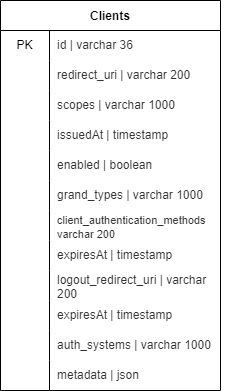
The draw.io diagram id/resources/db_scheme.png in KYamshanov/Mission-backend, before a commit. Source tidied: cells renumbered, new cells last; positions are measured from the earlier drawing's top-left corner, leaving out a move shared by most shapes.
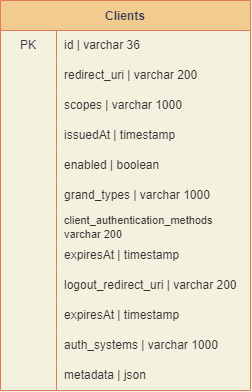
After the change.

Commit message:
[Up-To-Date] update client`s table scheme

What changed in the source:
```diff
@@ -1,120 +1,117 @@
-<mxGraphModel background="#ffffff">
+<mxGraphModel background="#F4F1DE">
   <root>
     <mxCell id="0" />
     <mxCell id="1" parent="0" />
-    <mxCell id="2" style="shape=partialRectangle;html=1;whiteSpace=wrap;top=0;left=0;bottom=0;right=0;overflow=hidden;fontSize=16;fillColor=#FFFFFF;fontColor=#333333;strokeColor=#666666;" parent="1" vertex="1">
-      <mxGeometry x="190" y="280" width="40" height="30" as="geometry" />
-    </mxCell>
-    <mxCell id="3" value="Clients" style="shape=table;startSize=30;rowLines=0;fontStyle=1;" parent="1" vertex="1">
-      <mxGeometry width="220" height="390" as="geometry" />
+    <mxCell id="3" value="Clients" style="shape=table;startSize=30;rowLines=0;fontStyle=1;fillColor=#F2CC8F;strokeColor=#E07A5F;fontColor=#393C56;" parent="1" vertex="1">
+      <mxGeometry width="250" height="390" as="geometry" />
     </mxCell>
-    <mxCell id="4" style="shape=tableRow;horizontal=0;startSize=0;swimlaneHead=0;swimlaneBody=0;top=0;left=0;bottom=0;right=0;strokeWidth=1;perimeterSpacing=1;shadow=0;swimlaneLine=1;sketch=0;strokeColor=default;fillColor=none;" parent="3" vertex="1">
-      <mxGeometry y="30" width="220" height="30" as="geometry" />
+    <mxCell id="4" style="shape=tableRow;horizontal=0;startSize=0;swimlaneHead=0;swimlaneBody=0;top=0;left=0;bottom=0;right=0;strokeWidth=1;perimeterSpacing=1;shadow=0;swimlaneLine=1;sketch=0;strokeColor=#E07A5F;fillColor=none;fontColor=#393C56;" parent="3" vertex="1">
+      <mxGeometry y="30" width="250" height="30" as="geometry" />
     </mxCell>
-    <mxCell id="5" value="PK" style="shape=partialRectangle;html=1;whiteSpace=wrap;fillColor=none;top=0;left=0;bottom=0;right=0;overflow=hidden;shadow=0;sketch=0;perimeterSpacing=1;" parent="4" vertex="1">
-      <mxGeometry width="49" height="30" as="geometry" />
+    <mxCell id="5" value="PK" style="shape=partialRectangle;html=1;whiteSpace=wrap;fillColor=none;top=0;left=0;bottom=0;right=0;overflow=hidden;shadow=0;sketch=0;perimeterSpacing=1;strokeColor=#E07A5F;fontColor=#393C56;" parent="4" vertex="1">
+      <mxGeometry width="56" height="30" as="geometry" />
     </mxCell>
-    <mxCell id="6" value="&lt;span style=&quot;color: rgb(51, 51, 51);&quot;&gt;id | varchar 36&lt;/span&gt;" style="shape=partialRectangle;html=1;whiteSpace=wrap;fillColor=none;top=0;left=0;bottom=0;right=0;align=left;spacingLeft=6;overflow=hidden;" parent="4" vertex="1">
-      <mxGeometry x="49" width="171" height="30" as="geometry" />
+    <mxCell id="6" value="&lt;span style=&quot;color: rgb(51, 51, 51);&quot;&gt;id | varchar 36&lt;/span&gt;" style="shape=partialRectangle;html=1;whiteSpace=wrap;fillColor=none;top=0;left=0;bottom=0;right=0;align=left;spacingLeft=6;overflow=hidden;strokeColor=#E07A5F;fontColor=#393C56;" parent="4" vertex="1">
+      <mxGeometry x="56" width="194" height="30" as="geometry" />
     </mxCell>
-    <mxCell id="7" style="shape=tableRow;horizontal=0;startSize=0;swimlaneHead=0;swimlaneBody=0;top=0;left=0;bottom=0;right=0;fillColor=none;" parent="3" vertex="1">
-      <mxGeometry y="60" width="220" height="30" as="geometry" />
+    <mxCell id="7" style="shape=tableRow;horizontal=0;startSize=0;swimlaneHead=0;swimlaneBody=0;top=0;left=0;bottom=0;right=0;fillColor=none;strokeColor=#E07A5F;fontColor=#393C56;" parent="3" vertex="1">
+      <mxGeometry y="60" width="250" height="30" as="geometry" />
     </mxCell>
-    <mxCell id="8" style="shape=partialRectangle;html=1;whiteSpace=wrap;fillColor=none;top=0;left=0;bottom=0;right=0;overflow=hidden;" parent="7" vertex="1">
-      <mxGeometry width="49" height="30" as="geometry" />
+    <mxCell id="8" style="shape=partialRectangle;html=1;whiteSpace=wrap;fillColor=none;top=0;left=0;bottom=0;right=0;overflow=hidden;strokeColor=#E07A5F;fontColor=#393C56;" parent="7" vertex="1">
+      <mxGeometry width="56" height="30" as="geometry" />
     </mxCell>
-    <mxCell id="9" value="&lt;span style=&quot;color: rgb(51, 51, 51);&quot;&gt;redirect_uri | varchar 200&lt;/span&gt;" style="shape=partialRectangle;html=1;whiteSpace=wrap;fillColor=none;top=0;left=0;bottom=0;right=0;align=left;spacingLeft=6;overflow=hidden;" parent="7" vertex="1">
-      <mxGeometry x="49" width="171" height="30" as="geometry" />
+    <mxCell id="9" value="&lt;span style=&quot;color: rgb(51, 51, 51);&quot;&gt;redirect_uri | varchar 200&lt;/span&gt;" style="shape=partialRectangle;html=1;whiteSpace=wrap;fillColor=none;top=0;left=0;bottom=0;right=0;align=left;spacingLeft=6;overflow=hidden;strokeColor=#E07A5F;fontColor=#393C56;" parent="7" vertex="1">
+      <mxGeometry x="56" width="194" height="30" as="geometry" />
     </mxCell>
-    <mxCell id="10" style="shape=tableRow;horizontal=0;startSize=0;swimlaneHead=0;swimlaneBody=0;top=0;left=0;bottom=0;right=0;fillColor=none;" parent="3" vertex="1">
-      <mxGeometry y="90" width="220" height="30" as="geometry" />
+    <mxCell id="10" style="shape=tableRow;horizontal=0;startSize=0;swimlaneHead=0;swimlaneBody=0;top=0;left=0;bottom=0;right=0;fillColor=none;strokeColor=#E07A5F;fontColor=#393C56;" parent="3" vertex="1">
+      <mxGeometry y="90" width="250" height="30" as="geometry" />
     </mxCell>
-    <mxCell id="11" style="shape=partialRectangle;html=1;whiteSpace=wrap;fillColor=none;top=0;left=0;bottom=0;right=0;overflow=hidden;" parent="10" vertex="1">
-      <mxGeometry width="49" height="30" as="geometry" />
+    <mxCell id="11" style="shape=partialRectangle;html=1;whiteSpace=wrap;fillColor=none;top=0;left=0;bottom=0;right=0;overflow=hidden;strokeColor=#E07A5F;fontColor=#393C56;" parent="10" vertex="1">
+      <mxGeometry width="56" height="30" as="geometry" />
     </mxCell>
-    <mxCell id="12" value="&lt;span style=&quot;color: rgb(51, 51, 51);&quot;&gt;scopes | varchar 1000&lt;/span&gt;" style="shape=partialRectangle;html=1;whiteSpace=wrap;fillColor=none;top=0;left=0;bottom=0;right=0;align=left;spacingLeft=6;overflow=hidden;" parent="10" vertex="1">
-      <mxGeometry x="49" width="171" height="30" as="geometry" />
+    <mxCell id="12" value="&lt;span style=&quot;color: rgb(51, 51, 51);&quot;&gt;scopes | varchar 1000&lt;/span&gt;" style="shape=partialRectangle;html=1;whiteSpace=wrap;fillColor=none;top=0;left=0;bottom=0;right=0;align=left;spacingLeft=6;overflow=hidden;strokeColor=#E07A5F;fontColor=#393C56;" parent="10" vertex="1">
+      <mxGeometry x="56" width="194" height="30" as="geometry" />
     </mxCell>
-    <mxCell id="13" style="shape=tableRow;horizontal=0;startSize=0;swimlaneHead=0;swimlaneBody=0;top=0;left=0;bottom=0;right=0;fillColor=none;" parent="3" vertex="1">
-      <mxGeometry y="120" width="220" height="30" as="geometry" />
+    <mxCell id="13" style="shape=tableRow;horizontal=0;startSize=0;swimlaneHead=0;swimlaneBody=0;top=0;left=0;bottom=0;right=0;fillColor=none;strokeColor=#E07A5F;fontColor=#393C56;" parent="3" vertex="1">
+      <mxGeometry y="120" width="250" height="30" as="geometry" />
     </mxCell>
-    <mxCell id="14" style="shape=partialRectangle;html=1;whiteSpace=wrap;fillColor=none;top=0;left=0;bottom=0;right=0;overflow=hidden;" parent="13" vertex="1">
-      <mxGeometry width="49" height="30" as="geometry" />
+    <mxCell id="14" style="shape=partialRectangle;html=1;whiteSpace=wrap;fillColor=none;top=0;left=0;bottom=0;right=0;overflow=hidden;strokeColor=#E07A5F;fontColor=#393C56;" parent="13" vertex="1">
+      <mxGeometry width="56" height="30" as="geometry" />
     </mxCell>
-    <mxCell id="15" value="&lt;span style=&quot;color: rgb(51, 51, 51);&quot;&gt;issuedAt | timestamp&lt;/span&gt;" style="shape=partialRectangle;html=1;whiteSpace=wrap;fillColor=none;top=0;left=0;bottom=0;right=0;align=left;spacingLeft=6;overflow=hidden;" parent="13" vertex="1">
-      <mxGeometry x="49" width="171" height="30" as="geometry" />
+    <mxCell id="15" value="&lt;span style=&quot;color: rgb(51, 51, 51);&quot;&gt;issuedAt | timestamp&lt;/span&gt;" style="shape=partialRectangle;html=1;whiteSpace=wrap;fillColor=none;top=0;left=0;bottom=0;right=0;align=left;spacingLeft=6;overflow=hidden;strokeColor=#E07A5F;fontColor=#393C56;" parent="13" vertex="1">
+      <mxGeometry x="56" width="194" height="30" as="geometry" />
     </mxCell>
-    <mxCell id="16" style="shape=tableRow;horizontal=0;startSize=0;swimlaneHead=0;swimlaneBody=0;top=0;left=0;bottom=0;right=0;fillColor=none;" parent="3" vertex="1">
-      <mxGeometry y="150" width="220" height="30" as="geometry" />
+    <mxCell id="16" style="shape=tableRow;horizontal=0;startSize=0;swimlaneHead=0;swimlaneBody=0;top=0;left=0;bottom=0;right=0;fillColor=none;strokeColor=#E07A5F;fontColor=#393C56;" parent="3" vertex="1">
+      <mxGeometry y="150" width="250" height="30" as="geometry" />
     </mxCell>
-    <mxCell id="17" style="shape=partialRectangle;html=1;whiteSpace=wrap;fillColor=none;top=0;left=0;bottom=0;right=0;overflow=hidden;" parent="16" vertex="1">
-      <mxGeometry width="49" height="30" as="geometry" />
+    <mxCell id="17" style="shape=partialRectangle;html=1;whiteSpace=wrap;fillColor=none;top=0;left=0;bottom=0;right=0;overflow=hidden;strokeColor=#E07A5F;fontColor=#393C56;" parent="16" vertex="1">
+      <mxGeometry width="56" height="30" as="geometry" />
     </mxCell>
-    <mxCell id="18" value="&lt;span style=&quot;color: rgb(51, 51, 51);&quot;&gt;enabled | boolean&lt;/span&gt;" style="shape=partialRectangle;html=1;whiteSpace=wrap;fillColor=none;top=0;left=0;bottom=0;right=0;align=left;spacingLeft=6;overflow=hidden;" parent="16" vertex="1">
-      <mxGeometry x="49" width="171" height="30" as="geometry" />
+    <mxCell id="18" value="&lt;span style=&quot;color: rgb(51, 51, 51);&quot;&gt;enabled | boolean&lt;/span&gt;" style="shape=partialRectangle;html=1;whiteSpace=wrap;fillColor=none;top=0;left=0;bottom=0;right=0;align=left;spacingLeft=6;overflow=hidden;strokeColor=#E07A5F;fontColor=#393C56;" parent="16" vertex="1">
+      <mxGeometry x="56" width="194" height="30" as="geometry" />
     </mxCell>
-    <mxCell id="19" style="shape=tableRow;horizontal=0;startSize=0;swimlaneHead=0;swimlaneBody=0;top=0;left=0;bottom=0;right=0;fillColor=none;" parent="3" vertex="1">
-      <mxGeometry y="180" width="220" height="30" as="geometry" />
+    <mxCell id="19" style="shape=tableRow;horizontal=0;startSize=0;swimlaneHead=0;swimlaneBody=0;top=0;left=0;bottom=0;right=0;fillColor=none;strokeColor=#E07A5F;fontColor=#393C56;" parent="3" vertex="1">
+      <mxGeometry y="180" width="250" height="30" as="geometry" />
     </mxCell>
-    <mxCell id="20" style="shape=partialRectangle;html=1;whiteSpace=wrap;fillColor=none;top=0;left=0;bottom=0;right=0;overflow=hidden;" parent="19" vertex="1">
-      <mxGeometry width="49" height="30" as="geometry" />
+    <mxCell id="20" style="shape=partialRectangle;html=1;whiteSpace=wrap;fillColor=none;top=0;left=0;bottom=0;right=0;overflow=hidden;strokeColor=#E07A5F;fontColor=#393C56;" parent="19" vertex="1">
+      <mxGeometry width="56" height="30" as="geometry" />
     </mxCell>
-    <mxCell id="21" value="&lt;span style=&quot;color: rgb(51, 51, 51);&quot;&gt;grand_types | varchar 1000&lt;/span&gt;" style="shape=partialRectangle;html=1;whiteSpace=wrap;fillColor=none;top=0;left=0;bottom=0;right=0;align=left;spacingLeft=6;overflow=hidden;" parent="19" vertex="1">
-      <mxGeometry x="49" width="171" height="30" as="geometry" />
+    <mxCell id="21" value="&lt;span style=&quot;color: rgb(51, 51, 51);&quot;&gt;grand_types | varchar 1000&lt;/span&gt;" style="shape=partialRectangle;html=1;whiteSpace=wrap;fillColor=none;top=0;left=0;bottom=0;right=0;align=left;spacingLeft=6;overflow=hidden;strokeColor=#E07A5F;fontColor=#393C56;" parent="19" vertex="1">
+      <mxGeometry x="56" width="194" height="30" as="geometry" />
     </mxCell>
-    <mxCell id="22" style="shape=tableRow;horizontal=0;startSize=0;swimlaneHead=0;swimlaneBody=0;top=0;left=0;bottom=0;right=0;fillColor=none;" parent="3" vertex="1">
-      <mxGeometry y="210" width="220" height="30" as="geometry" />
+    <mxCell id="22" style="shape=tableRow;horizontal=0;startSize=0;swimlaneHead=0;swimlaneBody=0;top=0;left=0;bottom=0;right=0;fillColor=none;strokeColor=#E07A5F;fontColor=#393C56;" parent="3" vertex="1">
+      <mxGeometry y="210" width="250" height="30" as="geometry" />
     </mxCell>
-    <mxCell id="23" style="shape=partialRectangle;html=1;whiteSpace=wrap;fillColor=none;top=0;left=0;bottom=0;right=0;overflow=hidden;" parent="22" vertex="1">
-      <mxGeometry width="49" height="30" as="geometry" />
+    <mxCell id="23" style="shape=partialRectangle;html=1;whiteSpace=wrap;fillColor=none;top=0;left=0;bottom=0;right=0;overflow=hidden;strokeColor=#E07A5F;fontColor=#393C56;" parent="22" vertex="1">
+      <mxGeometry width="56" height="30" as="geometry" />
     </mxCell>
-    <mxCell id="24" value="&lt;span style=&quot;color: rgb(51, 51, 51); font-size: 11px;&quot;&gt;client_authentication_methods varchar 200&lt;/span&gt;" style="shape=partialRectangle;html=1;whiteSpace=wrap;fillColor=none;top=0;left=0;bottom=0;right=0;align=left;spacingLeft=6;overflow=hidden;" parent="22" vertex="1">
-      <mxGeometry x="49" width="171" height="30" as="geometry" />
+    <mxCell id="24" value="&lt;span style=&quot;color: rgb(51, 51, 51); font-size: 11px;&quot;&gt;client_authentication_methods &lt;br&gt;varchar 200&lt;/span&gt;" style="shape=partialRectangle;html=1;whiteSpace=wrap;fillColor=none;top=0;left=0;bottom=0;right=0;align=left;spacingLeft=6;overflow=hidden;strokeColor=#E07A5F;fontColor=#393C56;" parent="22" vertex="1">
+      <mxGeometry x="56" width="194" height="30" as="geometry" />
     </mxCell>
-    <mxCell id="25" style="shape=tableRow;horizontal=0;startSize=0;swimlaneHead=0;swimlaneBody=0;top=0;left=0;bottom=0;right=0;fillColor=none;perimeterSpacing=1;rounded=0;sketch=0;" parent="3" vertex="1">
-      <mxGeometry y="240" width="220" height="30" as="geometry" />
+    <mxCell id="25" style="shape=tableRow;horizontal=0;startSize=0;swimlaneHead=0;swimlaneBody=0;top=0;left=0;bottom=0;right=0;fillColor=none;perimeterSpacing=1;rounded=0;sketch=0;strokeColor=#E07A5F;fontColor=#393C56;" parent="3" vertex="1">
+      <mxGeometry y="240" width="250" height="30" as="geometry" />
     </mxCell>
-    <mxCell id="26" style="shape=partialRectangle;html=1;whiteSpace=wrap;fillColor=none;top=0;left=0;bottom=0;right=0;overflow=hidden;" parent="25" vertex="1">
-      <mxGeometry width="49" height="30" as="geometry" />
+    <mxCell id="26" style="shape=partialRectangle;html=1;whiteSpace=wrap;fillColor=none;top=0;left=0;bottom=0;right=0;overflow=hidden;strokeColor=#E07A5F;fontColor=#393C56;" parent="25" vertex="1">
+      <mxGeometry width="56" height="30" as="geometry" />
     </mxCell>
-    <mxCell id="27" value="&lt;span style=&quot;color: rgb(51, 51, 51);&quot;&gt;expiresAt | timestamp&lt;/span&gt;" style="shape=partialRectangle;html=1;whiteSpace=wrap;fillColor=none;top=0;left=0;bottom=0;right=0;align=left;spacingLeft=6;overflow=hidden;" parent="25" vertex="1">
-      <mxGeometry x="49" width="171" height="30" as="geometry" />
+    <mxCell id="27" value="&lt;span style=&quot;color: rgb(51, 51, 51);&quot;&gt;expiresAt | timestamp&lt;/span&gt;" style="shape=partialRectangle;html=1;whiteSpace=wrap;fillColor=none;top=0;left=0;bottom=0;right=0;align=left;spacingLeft=6;overflow=hidden;strokeColor=#E07A5F;fontColor=#393C56;" parent="25" vertex="1">
+      <mxGeometry x="56" width="194" height="30" as="geometry" />
     </mxCell>
-    <mxCell id="28" style="shape=tableRow;horizontal=0;startSize=0;swimlaneHead=0;swimlaneBody=0;top=0;left=0;bottom=0;right=0;fillColor=none;" parent="3" vertex="1">
-      <mxGeometry y="270" width="220" height="30" as="geometry" />
+    <mxCell id="28" style="shape=tableRow;horizontal=0;startSize=0;swimlaneHead=0;swimlaneBody=0;top=0;left=0;bottom=0;right=0;fillColor=none;strokeColor=#E07A5F;fontColor=#393C56;" parent="3" vertex="1">
+      <mxGeometry y="270" width="250" height="30" as="geometry" />
     </mxCell>
-    <mxCell id="29" style="shape=partialRectangle;html=1;whiteSpace=wrap;fillColor=none;top=0;left=0;bottom=0;right=0;overflow=hidden;" parent="28" vertex="1">
-      <mxGeometry width="49" height="30" as="geometry" />
+    <mxCell id="29" style="shape=partialRectangle;html=1;whiteSpace=wrap;fillColor=none;top=0;left=0;bottom=0;right=0;overflow=hidden;strokeColor=#E07A5F;fontColor=#393C56;" parent="28" vertex="1">
+      <mxGeometry width="56" height="30" as="geometry" />
     </mxCell>
-    <mxCell id="30" value="&lt;span style=&quot;color: rgb(51, 51, 51);&quot;&gt;logout_redirect_uri | varchar 200&lt;/span&gt;" style="shape=partialRectangle;html=1;whiteSpace=wrap;fillColor=none;top=0;left=0;bottom=0;right=0;align=left;spacingLeft=6;overflow=hidden;" parent="28" vertex="1">
-      <mxGeometry x="49" width="171" height="30" as="geometry" />
+    <mxCell id="30" value="&lt;span style=&quot;color: rgb(51, 51, 51);&quot;&gt;logout_redirect_uri | varchar 200&lt;/span&gt;" style="shape=partialRectangle;html=1;whiteSpace=wrap;fillColor=none;top=0;left=0;bottom=0;right=0;align=left;spacingLeft=6;overflow=hidden;strokeColor=#E07A5F;fontColor=#393C56;" parent="28" vertex="1">
+      <mxGeometry x="56" width="194" height="30" as="geometry" />
     </mxCell>
-    <mxCell id="31" style="shape=tableRow;horizontal=0;startSize=0;swimlaneHead=0;swimlaneBody=0;top=0;left=0;bottom=0;right=0;fillColor=none;" parent="3" vertex="1">
-      <mxGeometry y="300" width="220" height="30" as="geometry" />
+    <mxCell id="31" style="shape=tableRow;horizontal=0;startSize=0;swimlaneHead=0;swimlaneBody=0;top=0;left=0;bottom=0;right=0;fillColor=none;strokeColor=#E07A5F;fontColor=#393C56;" parent="3" vertex="1">
+      <mxGeometry y="300" width="250" height="30" as="geometry" />
     </mxCell>
-    <mxCell id="32" style="shape=partialRectangle;html=1;whiteSpace=wrap;fillColor=none;top=0;left=0;bottom=0;right=0;overflow=hidden;" parent="31" vertex="1">
-      <mxGeometry width="49" height="30" as="geometry" />
+    <mxCell id="32" style="shape=partialRectangle;html=1;whiteSpace=wrap;fillColor=none;top=0;left=0;bottom=0;right=0;overflow=hidden;strokeColor=#E07A5F;fontColor=#393C56;" parent="31" vertex="1">
+      <mxGeometry width="56" height="30" as="geometry" />
     </mxCell>
-    <mxCell id="33" value="&lt;span style=&quot;color: rgb(51, 51, 51);&quot;&gt;expiresAt | timestamp&lt;/span&gt;" style="shape=partialRectangle;html=1;whiteSpace=wrap;fillColor=none;top=0;left=0;bottom=0;right=0;align=left;spacingLeft=6;overflow=hidden;" parent="31" vertex="1">
-      <mxGeometry x="49" width="171" height="30" as="geometry" />
+    <mxCell id="33" value="&lt;span style=&quot;color: rgb(51, 51, 51);&quot;&gt;expiresAt | timestamp&lt;/span&gt;" style="shape=partialRectangle;html=1;whiteSpace=wrap;fillColor=none;top=0;left=0;bottom=0;right=0;align=left;spacingLeft=6;overflow=hidden;strokeColor=#E07A5F;fontColor=#393C56;" parent="31" vertex="1">
+      <mxGeometry x="56" width="194" height="30" as="geometry" />
     </mxCell>
-    <mxCell id="34" style="shape=tableRow;horizontal=0;startSize=0;swimlaneHead=0;swimlaneBody=0;top=0;left=0;bottom=0;right=0;fillColor=none;" parent="3" vertex="1">
-      <mxGeometry y="330" width="220" height="30" as="geometry" />
+    <mxCell id="34" style="shape=tableRow;horizontal=0;startSize=0;swimlaneHead=0;swimlaneBody=0;top=0;left=0;bottom=0;right=0;fillColor=none;strokeColor=#E07A5F;fontColor=#393C56;" parent="3" vertex="1">
+      <mxGeometry y="330" width="250" height="30" as="geometry" />
     </mxCell>
-    <mxCell id="35" style="shape=partialRectangle;html=1;whiteSpace=wrap;fillColor=none;top=0;left=0;bottom=0;right=0;overflow=hidden;" parent="34" vertex="1">
-      <mxGeometry width="49" height="30" as="geometry" />
+    <mxCell id="35" style="shape=partialRectangle;html=1;whiteSpace=wrap;fillColor=none;top=0;left=0;bottom=0;right=0;overflow=hidden;strokeColor=#E07A5F;fontColor=#393C56;" parent="34" vertex="1">
+      <mxGeometry width="56" height="30" as="geometry" />
     </mxCell>
-    <mxCell id="36" value="&lt;span style=&quot;color: rgb(51, 51, 51);&quot;&gt;auth_systems | varchar 1000&lt;/span&gt;" style="shape=partialRectangle;html=1;whiteSpace=wrap;fillColor=none;top=0;left=0;bottom=0;right=0;align=left;spacingLeft=6;overflow=hidden;" parent="34" vertex="1">
-      <mxGeometry x="49" width="171" height="30" as="geometry" />
+    <mxCell id="36" value="&lt;span style=&quot;color: rgb(51, 51, 51);&quot;&gt;auth_systems | varchar 1000&lt;/span&gt;" style="shape=partialRectangle;html=1;whiteSpace=wrap;fillColor=none;top=0;left=0;bottom=0;right=0;align=left;spacingLeft=6;overflow=hidden;strokeColor=#E07A5F;fontColor=#393C56;" parent="34" vertex="1">
+      <mxGeometry x="56" width="194" height="30" as="geometry" />
     </mxCell>
-    <mxCell id="37" style="shape=tableRow;horizontal=0;startSize=0;swimlaneHead=0;swimlaneBody=0;top=0;left=0;bottom=0;right=0;fillColor=none;" parent="3" vertex="1">
-      <mxGeometry y="360" width="220" height="30" as="geometry" />
+    <mxCell id="37" style="shape=tableRow;horizontal=0;startSize=0;swimlaneHead=0;swimlaneBody=0;top=0;left=0;bottom=0;right=0;fillColor=none;strokeColor=#E07A5F;fontColor=#393C56;" parent="3" vertex="1">
+      <mxGeometry y="360" width="250" height="30" as="geometry" />
     </mxCell>
-    <mxCell id="38" style="shape=partialRectangle;html=1;whiteSpace=wrap;fillColor=none;top=0;left=0;bottom=0;right=0;overflow=hidden;" parent="37" vertex="1">
-      <mxGeometry width="49" height="30" as="geometry" />
+    <mxCell id="38" style="shape=partialRectangle;html=1;whiteSpace=wrap;fillColor=none;top=0;left=0;bottom=0;right=0;overflow=hidden;strokeColor=#E07A5F;fontColor=#393C56;" parent="37" vertex="1">
+      <mxGeometry width="56" height="30" as="geometry" />
     </mxCell>
-    <mxCell id="39" value="&lt;span style=&quot;color: rgb(51, 51, 51);&quot;&gt;metadata | json&lt;/span&gt;" style="shape=partialRectangle;html=1;whiteSpace=wrap;fillColor=none;top=0;left=0;bottom=0;right=0;align=left;spacingLeft=6;overflow=hidden;" parent="37" vertex="1">
-      <mxGeometry x="49" width="171" height="30" as="geometry" />
+    <mxCell id="39" value="&lt;span style=&quot;color: rgb(51, 51, 51);&quot;&gt;metadata | json&lt;/span&gt;" style="shape=partialRectangle;html=1;whiteSpace=wrap;fillColor=none;top=0;left=0;bottom=0;right=0;align=left;spacingLeft=6;overflow=hidden;strokeColor=#E07A5F;fontColor=#393C56;" parent="37" vertex="1">
+      <mxGeometry x="56" width="194" height="30" as="geometry" />
     </mxCell>
   </root>
 </mxGraphModel>
```
